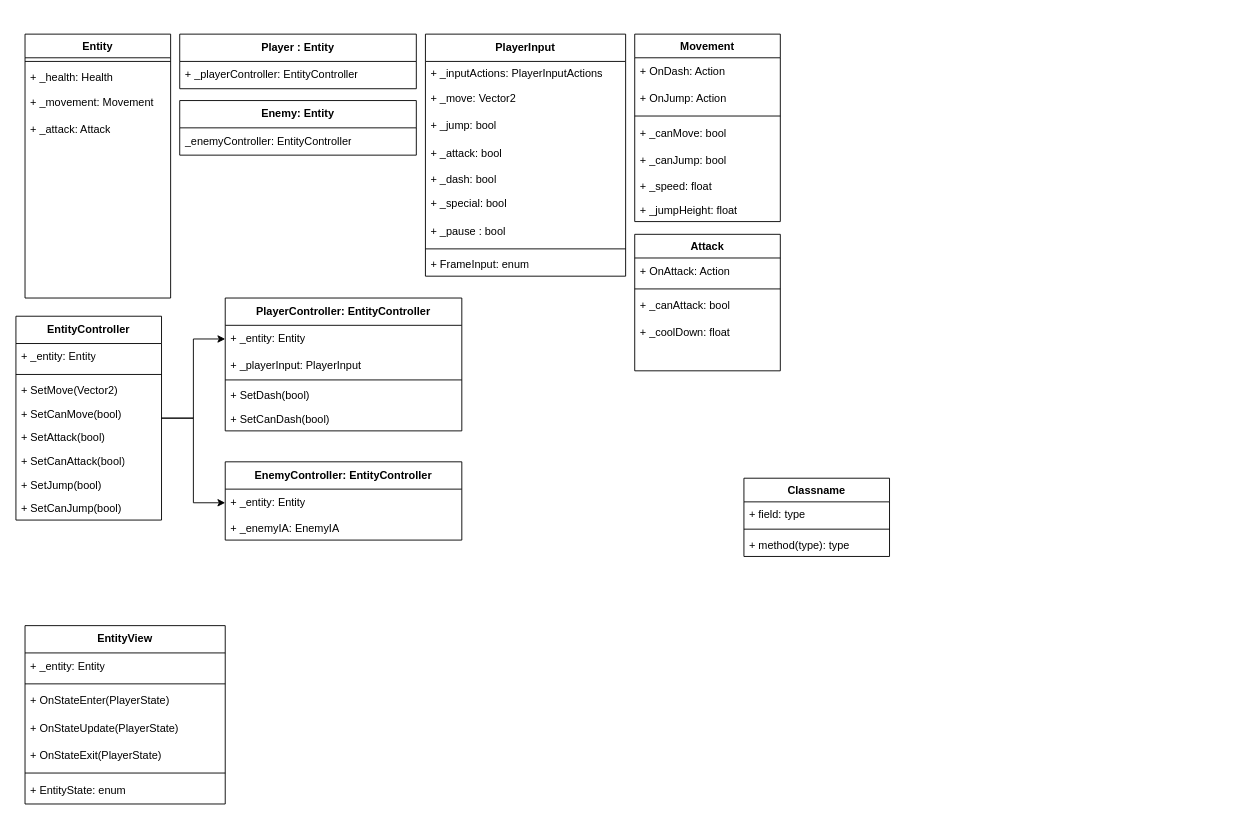
Above: Class Diagram.drawio in voixdigitale/2D_Beat-em-up (draw.io), before the change. Source tidied: cells renumbered, new cells numbered last; positions are measured from the earlier drawing's top-left corner, leaving out a move shared by most shapes. Both pictures are drawn from the tidied source at 91%, with x=0, y=0 at pixel (15, 34).
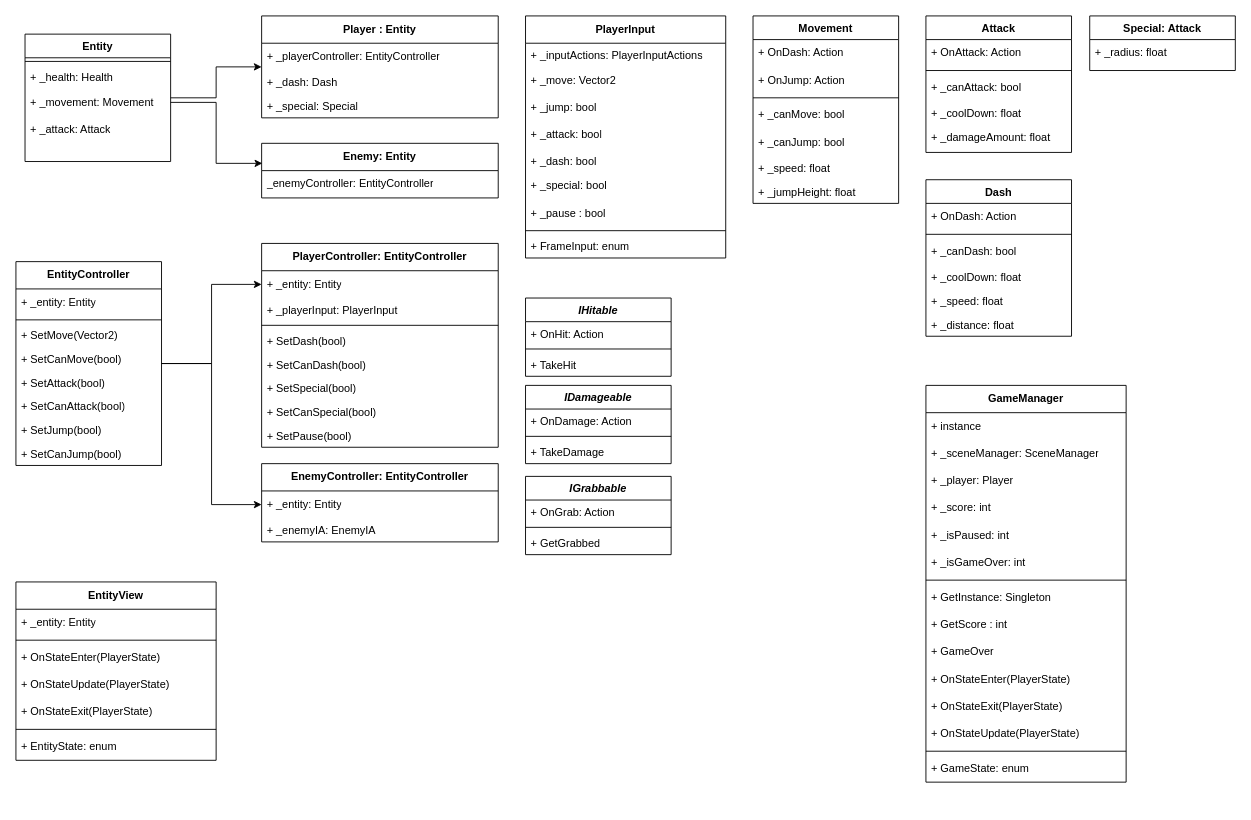
The same page after the edit.

The change refers to these unchanged cells:
```xml
<mxCell id="5" value="+ _movement: Movement" style="text;strokeColor=none;fillColor=none;align=left;verticalAlign=middle;spacingLeft=4;spacingRight=4;overflow=hidden;points=[[0,0.5],[1,0.5]];portConstraint=eastwest;whiteSpace=wrap;html=1;" parent="2" vertex="1">
  <mxGeometry y="60" width="160" height="30" as="geometry" />
</mxCell>
```

What changed in the source:
```diff
@@
+    <mxCell id="66" style="edgeStyle=orthogonalEdgeStyle;rounded=0;jettySize=auto;html=1;exitX=1;exitY=0.5;exitDx=0;exitDy=0;" parent="1" edge="1" source="2" target="7">
+      <mxGeometry relative="1" as="geometry" />
+    </mxCell>
     <mxCell id="2" value="Entity" style="swimlane;fontStyle=1;align=center;verticalAlign=top;horizontal=1;startSize=26;rounded=0;shadow=0;strokeWidth=1;" parent="1" vertex="1">
-      <mxGeometry x="10" width="160" height="290" as="geometry" />
+      <mxGeometry x="10" width="160" height="140" as="geometry" />
     </mxCell>
@@
     <mxCell id="7" value="&lt;b&gt;Player : Entity&lt;/b&gt;" style="swimlane;fontStyle=0;horizontal=1;startSize=30;whiteSpace=wrap;html=1;" parent="1" vertex="1">
-      <mxGeometry x="180" width="260" height="60" as="geometry" />
+      <mxGeometry x="270" y="-20" width="260" height="112" as="geometry" />
     </mxCell>
@@
+    <mxCell id="67" value="+ _dash: Dash" style="text;strokeColor=none;fillColor=none;align=left;verticalAlign=top;spacingLeft=4;spacingRight=4;overflow=hidden;whiteSpace=wrap;html=1;" parent="7" vertex="1">
+      <mxGeometry y="60" width="260" height="26" as="geometry" />
+    </mxCell>
+    <mxCell id="68" value="+ _special: Special" style="text;strokeColor=none;fillColor=none;align=left;verticalAlign=top;spacingLeft=4;spacingRight=4;overflow=hidden;whiteSpace=wrap;html=1;" parent="7" vertex="1">
+      <mxGeometry y="86" width="260" height="26" as="geometry" />
+    </mxCell>
@@
     <mxCell id="11" value="&lt;b&gt;EntityController&lt;/b&gt;" style="swimlane;fontStyle=0;horizontal=1;startSize=30;whiteSpace=wrap;html=1;" parent="1" vertex="1">
-      <mxGeometry y="310" width="160" height="224" as="geometry" />
+      <mxGeometry y="250" width="160" height="224" as="geometry" />
     </mxCell>
@@
     <mxCell id="20" value="&lt;b&gt;Enemy: Entity&lt;/b&gt;" style="swimlane;fontStyle=0;horizontal=1;startSize=30;whiteSpace=wrap;html=1;" parent="1" vertex="1">
-      <mxGeometry x="180" y="73" width="260" height="60" as="geometry" />
+      <mxGeometry x="270" y="120" width="260" height="60" as="geometry" />
     </mxCell>
@@
     <mxCell id="22" value="&lt;b&gt;PlayerInput&lt;/b&gt;" style="swimlane;fontStyle=0;horizontal=1;startSize=30;whiteSpace=wrap;html=1;" parent="1" vertex="1">
-      <mxGeometry x="450" width="220" height="266" as="geometry" />
+      <mxGeometry x="560" y="-20" width="220" height="266" as="geometry" />
     </mxCell>
@@
-    <mxCell id="32" value="Classname" style="swimlane;fontStyle=1;align=center;verticalAlign=top;horizontal=1;startSize=26;whiteSpace=wrap;html=1;" parent="1" vertex="1">
-      <mxGeometry x="800" y="488" width="160" height="86" as="geometry" />
-    </mxCell>
-    <mxCell id="33" value="+ field: type" style="text;strokeColor=none;fillColor=none;align=left;verticalAlign=top;spacingLeft=4;spacingRight=4;overflow=hidden;whiteSpace=wrap;html=1;" parent="32" vertex="1">
-      <mxGeometry y="26" width="160" height="26" as="geometry" />
-    </mxCell>
-    <mxCell id="34" style="line;strokeWidth=1;fillColor=none;align=left;verticalAlign=middle;spacingTop=-1;spacingLeft=3;spacingRight=3;labelPosition=right;strokeColor=inherit;" parent="32" vertex="1">
-      <mxGeometry y="52" width="160" height="8" as="geometry" />
-    </mxCell>
-    <mxCell id="35" value="+ method(type): type" style="text;strokeColor=none;fillColor=none;align=left;verticalAlign=top;spacingLeft=4;spacingRight=4;overflow=hidden;whiteSpace=wrap;html=1;" parent="32" vertex="1">
-      <mxGeometry y="60" width="160" height="26" as="geometry" />
-    </mxCell>
     <mxCell id="36" value="&lt;b&gt;EntityView&lt;/b&gt;" style="swimlane;fontStyle=0;horizontal=1;startSize=30;whiteSpace=wrap;html=1;" parent="1" vertex="1">
-      <mxGeometry x="10" y="650" width="220" height="196" as="geometry" />
+      <mxGeometry y="602" width="220" height="196" as="geometry" />
     </mxCell>
@@
     <mxCell id="44" value="Movement" style="swimlane;fontStyle=1;align=center;verticalAlign=top;horizontal=1;startSize=26;rounded=0;shadow=0;strokeWidth=1;" parent="1" vertex="1">
-      <mxGeometry x="680" width="160" height="206" as="geometry" />
+      <mxGeometry x="810" y="-20" width="160" height="206" as="geometry" />
     </mxCell>
@@
     <mxCell id="52" value="&lt;b&gt;PlayerController: EntityController&lt;/b&gt;" style="swimlane;fontStyle=0;horizontal=1;startSize=30;whiteSpace=wrap;html=1;" parent="1" vertex="1">
-      <mxGeometry x="230" y="290" width="260" height="146" as="geometry" />
+      <mxGeometry x="270" y="230" width="260" height="224" as="geometry" />
     </mxCell>
@@
+    <mxCell id="69" value="+ SetSpecial(bool)" style="text;strokeColor=none;fillColor=none;align=left;verticalAlign=top;spacingLeft=4;spacingRight=4;overflow=hidden;whiteSpace=wrap;html=1;" parent="52" vertex="1">
+      <mxGeometry y="146" width="260" height="26" as="geometry" />
+    </mxCell>
+    <mxCell id="70" value="+ SetCanSpecial(bool)" style="text;strokeColor=none;fillColor=none;align=left;verticalAlign=top;spacingLeft=4;spacingRight=4;overflow=hidden;whiteSpace=wrap;html=1;" parent="52" vertex="1">
+      <mxGeometry y="172" width="260" height="26" as="geometry" />
+    </mxCell>
+    <mxCell id="71" value="+ SetPause(bool)" style="text;strokeColor=none;fillColor=none;align=left;verticalAlign=top;spacingLeft=4;spacingRight=4;overflow=hidden;whiteSpace=wrap;html=1;" parent="52" vertex="1">
+      <mxGeometry y="198" width="260" height="26" as="geometry" />
+    </mxCell>
     <mxCell id="58" value="Attack" style="swimlane;fontStyle=1;align=center;verticalAlign=top;horizontal=1;startSize=26;rounded=0;shadow=0;strokeWidth=1;" parent="1" vertex="1">
-      <mxGeometry x="680" y="220" width="160" height="150" as="geometry" />
+      <mxGeometry x="1000" y="-20" width="160" height="150" as="geometry" />
     </mxCell>
@@
+    <mxCell id="72" value="+ _damageAmount: float" style="text;align=left;verticalAlign=top;spacingLeft=4;spacingRight=4;overflow=hidden;rounded=0;shadow=0;html=0;" parent="58" vertex="1">
+      <mxGeometry y="120" width="160" height="26" as="geometry" />
+    </mxCell>
     <mxCell id="63" value="&lt;b&gt;EnemyController: EntityController&lt;/b&gt;" style="swimlane;fontStyle=0;horizontal=1;startSize=30;whiteSpace=wrap;html=1;" parent="1" vertex="1">
-      <mxGeometry x="230" y="470" width="260" height="86" as="geometry" />
+      <mxGeometry x="270" y="472" width="260" height="86" as="geometry" />
     </mxCell>
@@
+    <mxCell id="73" style="edgeStyle=orthogonalEdgeStyle;rounded=0;jettySize=auto;html=1;exitX=1;exitY=0.5;exitDx=0;exitDy=0;entryX=0.003;entryY=0.367;entryDx=0;entryDy=0;entryPerimeter=0;" parent="1" edge="1" source="5" target="20">
+      <mxGeometry relative="1" as="geometry" />
+    </mxCell>
+    <mxCell id="74" value="Dash" style="swimlane;fontStyle=1;align=center;verticalAlign=top;horizontal=1;startSize=26;rounded=0;shadow=0;strokeWidth=1;" parent="1" vertex="1">
+      <mxGeometry x="1000" y="160" width="160" height="172" as="geometry" />
+    </mxCell>
+    <mxCell id="75" value="+ OnDash: Action" style="text;strokeColor=none;fillColor=none;align=left;verticalAlign=middle;spacingLeft=4;spacingRight=4;overflow=hidden;whiteSpace=wrap;html=1;" parent="74" vertex="1">
+      <mxGeometry y="26" width="160" height="30" as="geometry" />
+    </mxCell>
+    <mxCell id="76" style="line;strokeWidth=1;fillColor=none;align=left;verticalAlign=middle;spacingTop=-1;spacingLeft=3;spacingRight=3;labelPosition=right;strokeColor=inherit;" parent="74" vertex="1">
+      <mxGeometry y="56" width="160" height="8" as="geometry" />
+    </mxCell>
+    <mxCell id="77" value="+ _canDash: bool" style="text;strokeColor=none;fillColor=none;align=left;verticalAlign=middle;spacingLeft=4;spacingRight=4;overflow=hidden;whiteSpace=wrap;html=1;" parent="74" vertex="1">
+      <mxGeometry y="64" width="160" height="30" as="geometry" />
+    </mxCell>
+    <mxCell id="78" value="+ _coolDown: float" style="text;align=left;verticalAlign=top;spacingLeft=4;spacingRight=4;overflow=hidden;rounded=0;shadow=0;html=0;" parent="74" vertex="1">
+      <mxGeometry y="94" width="160" height="26" as="geometry" />
+    </mxCell>
+    <mxCell id="79" value="+ _speed: float" style="text;align=left;verticalAlign=top;spacingLeft=4;spacingRight=4;overflow=hidden;rounded=0;shadow=0;html=0;" parent="74" vertex="1">
+      <mxGeometry y="120" width="160" height="26" as="geometry" />
+    </mxCell>
+    <mxCell id="80" value="+ _distance: float" style="text;align=left;verticalAlign=top;spacingLeft=4;spacingRight=4;overflow=hidden;rounded=0;shadow=0;html=0;" parent="74" vertex="1">
+      <mxGeometry y="146" width="160" height="26" as="geometry" />
+    </mxCell>
+    <mxCell id="81" value="&lt;i&gt;IHitable&lt;/i&gt;" style="swimlane;fontStyle=1;align=center;verticalAlign=top;horizontal=1;startSize=26;whiteSpace=wrap;html=1;" parent="1" vertex="1">
+      <mxGeometry x="560" y="290" width="160" height="86" as="geometry" />
+    </mxCell>
+    <mxCell id="82" value="+ OnHit: Action" style="text;strokeColor=none;fillColor=none;align=left;verticalAlign=top;spacingLeft=4;spacingRight=4;overflow=hidden;whiteSpace=wrap;html=1;" parent="81" vertex="1">
+      <mxGeometry y="26" width="160" height="26" as="geometry" />
+    </mxCell>
+    <mxCell id="83" style="line;strokeWidth=1;fillColor=none;align=left;verticalAlign=middle;spacingTop=-1;spacingLeft=3;spacingRight=3;labelPosition=right;strokeColor=inherit;" parent="81" vertex="1">
+      <mxGeometry y="52" width="160" height="8" as="geometry" />
+    </mxCell>
+    <mxCell id="84" value="+ TakeHit" style="text;strokeColor=none;fillColor=none;align=left;verticalAlign=top;spacingLeft=4;spacingRight=4;overflow=hidden;whiteSpace=wrap;html=1;" parent="81" vertex="1">
+      <mxGeometry y="60" width="160" height="26" as="geometry" />
+    </mxCell>
+    <mxCell id="85" value="&lt;i&gt;IDamageable&lt;/i&gt;" style="swimlane;fontStyle=1;align=center;verticalAlign=top;horizontal=1;startSize=26;whiteSpace=wrap;html=1;" parent="1" vertex="1">
+      <mxGeometry x="560" y="386" width="160" height="86" as="geometry" />
+    </mxCell>
+    <mxCell id="86" value="+ OnDamage: Action" style="text;strokeColor=none;fillColor=none;align=left;verticalAlign=top;spacingLeft=4;spacingRight=4;overflow=hidden;whiteSpace=wrap;html=1;" parent="85" vertex="1">
+      <mxGeometry y="26" width="160" height="26" as="geometry" />
+    </mxCell>
+    <mxCell id="87" style="line;strokeWidth=1;fillColor=none;align=left;verticalAlign=middle;spacingTop=-1;spacingLeft=3;spacingRight=3;labelPosition=right;strokeColor=inherit;" parent="85" vertex="1">
+      <mxGeometry y="52" width="160" height="8" as="geometry" />
+    </mxCell>
+    <mxCell id="88" value="+ TakeDamage" style="text;strokeColor=none;fillColor=none;align=left;verticalAlign=top;spacingLeft=4;spacingRight=4;overflow=hidden;whiteSpace=wrap;html=1;" parent="85" vertex="1">
+      <mxGeometry y="60" width="160" height="26" as="geometry" />
+    </mxCell>
+    <mxCell id="89" value="&lt;i&gt;IGrabbable&lt;/i&gt;" style="swimlane;fontStyle=1;align=center;verticalAlign=top;horizontal=1;startSize=26;whiteSpace=wrap;html=1;" parent="1" vertex="1">
+      <mxGeometry x="560" y="486" width="160" height="86" as="geometry" />
+    </mxCell>
+    <mxCell id="90" value="+ OnGrab: Action" style="text;strokeColor=none;fillColor=none;align=left;verticalAlign=top;spacingLeft=4;spacingRight=4;overflow=hidden;whiteSpace=wrap;html=1;" parent="89" vertex="1">
+      <mxGeometry y="26" width="160" height="26" as="geometry" />
+    </mxCell>
+    <mxCell id="91" style="line;strokeWidth=1;fillColor=none;align=left;verticalAlign=middle;spacingTop=-1;spacingLeft=3;spacingRight=3;labelPosition=right;strokeColor=inherit;" parent="89" vertex="1">
+      <mxGeometry y="52" width="160" height="8" as="geometry" />
+    </mxCell>
+    <mxCell id="92" value="+ GetGrabbed" style="text;strokeColor=none;fillColor=none;align=left;verticalAlign=top;spacingLeft=4;spacingRight=4;overflow=hidden;whiteSpace=wrap;html=1;" parent="89" vertex="1">
+      <mxGeometry y="60" width="160" height="26" as="geometry" />
+    </mxCell>
+    <mxCell id="93" value="Special: Attack" style="swimlane;fontStyle=1;align=center;verticalAlign=top;horizontal=1;startSize=26;rounded=0;shadow=0;strokeWidth=1;" parent="1" vertex="1">
+      <mxGeometry x="1180" y="-20" width="160" height="60" as="geometry" />
+    </mxCell>
+    <mxCell id="94" value="+ _radius: float" style="text;align=left;verticalAlign=top;spacingLeft=4;spacingRight=4;overflow=hidden;rounded=0;shadow=0;html=0;" parent="93" vertex="1">
+      <mxGeometry y="26" width="160" height="26" as="geometry" />
+    </mxCell>
+    <mxCell id="95" value="&lt;b&gt;GameManager&lt;/b&gt;" style="swimlane;fontStyle=0;horizontal=1;startSize=30;whiteSpace=wrap;html=1;" parent="1" vertex="1">
+      <mxGeometry x="1000" y="386" width="220" height="436" as="geometry" />
+    </mxCell>
+    <mxCell id="96" value="+ instance" style="text;strokeColor=none;fillColor=none;align=left;verticalAlign=middle;spacingLeft=4;spacingRight=4;overflow=hidden;whiteSpace=wrap;html=1;" parent="95" vertex="1">
+      <mxGeometry y="30" width="220" height="30" as="geometry" />
+    </mxCell>
+    <mxCell id="97" value="+ _sceneManager: SceneManager" style="text;strokeColor=none;fillColor=none;align=left;verticalAlign=middle;spacingLeft=4;spacingRight=4;overflow=hidden;whiteSpace=wrap;html=1;" parent="95" vertex="1">
+      <mxGeometry y="60" width="220" height="30" as="geometry" />
+    </mxCell>
+    <mxCell id="98" value="+ _player: Player" style="text;strokeColor=none;fillColor=none;align=left;verticalAlign=middle;spacingLeft=4;spacingRight=4;overflow=hidden;whiteSpace=wrap;html=1;" parent="95" vertex="1">
+      <mxGeometry y="90" width="220" height="30" as="geometry" />
+    </mxCell>
+    <mxCell id="99" value="+ _score: int" style="text;strokeColor=none;fillColor=none;align=left;verticalAlign=middle;spacingLeft=4;spacingRight=4;overflow=hidden;whiteSpace=wrap;html=1;" parent="95" vertex="1">
+      <mxGeometry y="120" width="220" height="30" as="geometry" />
+    </mxCell>
+    <mxCell id="100" value="+ _isPaused: int" style="text;strokeColor=none;fillColor=none;align=left;verticalAlign=middle;spacingLeft=4;spacingRight=4;overflow=hidden;whiteSpace=wrap;html=1;" parent="95" vertex="1">
+      <mxGeometry y="150" width="220" height="30" as="geometry" />
+    </mxCell>
+    <mxCell id="101" value="+ _isGameOver: int" style="text;strokeColor=none;fillColor=none;align=left;verticalAlign=middle;spacingLeft=4;spacingRight=4;overflow=hidden;whiteSpace=wrap;html=1;" parent="95" vertex="1">
+      <mxGeometry y="180" width="220" height="30" as="geometry" />
+    </mxCell>
+    <mxCell id="102" style="line;strokeWidth=1;fillColor=none;align=left;verticalAlign=middle;spacingTop=-1;spacingLeft=3;spacingRight=3;labelPosition=right;strokeColor=inherit;" parent="95" vertex="1">
+      <mxGeometry y="210" width="220" height="8" as="geometry" />
+    </mxCell>
+    <mxCell id="103" value="+ GetInstance: Singleton" style="text;strokeColor=none;fillColor=none;align=left;verticalAlign=middle;spacingLeft=4;spacingRight=4;overflow=hidden;whiteSpace=wrap;html=1;" parent="95" vertex="1">
+      <mxGeometry y="218" width="220" height="30" as="geometry" />
+    </mxCell>
+    <mxCell id="104" value="+ GetScore : int" style="text;strokeColor=none;fillColor=none;align=left;verticalAlign=middle;spacingLeft=4;spacingRight=4;overflow=hidden;whiteSpace=wrap;html=1;" parent="95" vertex="1">
+      <mxGeometry y="248" width="220" height="30" as="geometry" />
+    </mxCell>
+    <mxCell id="105" value="+ GameOver" style="text;strokeColor=none;fillColor=none;align=left;verticalAlign=middle;spacingLeft=4;spacingRight=4;overflow=hidden;whiteSpace=wrap;html=1;" parent="95" vertex="1">
+      <mxGeometry y="278" width="220" height="30" as="geometry" />
+    </mxCell>
+    <mxCell id="106" value="+ OnStateEnter(PlayerState)" style="text;strokeColor=none;fillColor=none;align=left;verticalAlign=middle;spacingLeft=4;spacingRight=4;overflow=hidden;whiteSpace=wrap;html=1;" parent="95" vertex="1">
+      <mxGeometry y="308" width="220" height="30" as="geometry" />
+    </mxCell>
+    <mxCell id="107" value="+ OnStateExit(PlayerState)" style="text;strokeColor=none;fillColor=none;align=left;verticalAlign=middle;spacingLeft=4;spacingRight=4;overflow=hidden;whiteSpace=wrap;html=1;" parent="95" vertex="1">
+      <mxGeometry y="338" width="220" height="30" as="geometry" />
+    </mxCell>
+    <mxCell id="108" value="+ OnStateUpdate(PlayerState)" style="text;strokeColor=none;fillColor=none;align=left;verticalAlign=middle;spacingLeft=4;spacingRight=4;overflow=hidden;whiteSpace=wrap;html=1;" parent="95" vertex="1">
+      <mxGeometry y="368" width="220" height="30" as="geometry" />
+    </mxCell>
+    <mxCell id="109" style="line;strokeWidth=1;fillColor=none;align=left;verticalAlign=middle;spacingTop=-1;spacingLeft=3;spacingRight=3;labelPosition=right;strokeColor=inherit;" parent="95" vertex="1">
+      <mxGeometry y="398" width="220" height="8" as="geometry" />
+    </mxCell>
+    <mxCell id="110" value="+ GameState: enum" style="text;strokeColor=none;fillColor=none;align=left;verticalAlign=middle;spacingLeft=4;spacingRight=4;overflow=hidden;whiteSpace=wrap;html=1;" parent="95" vertex="1">
+      <mxGeometry y="406" width="220" height="30" as="geometry" />
+    </mxCell>
```
